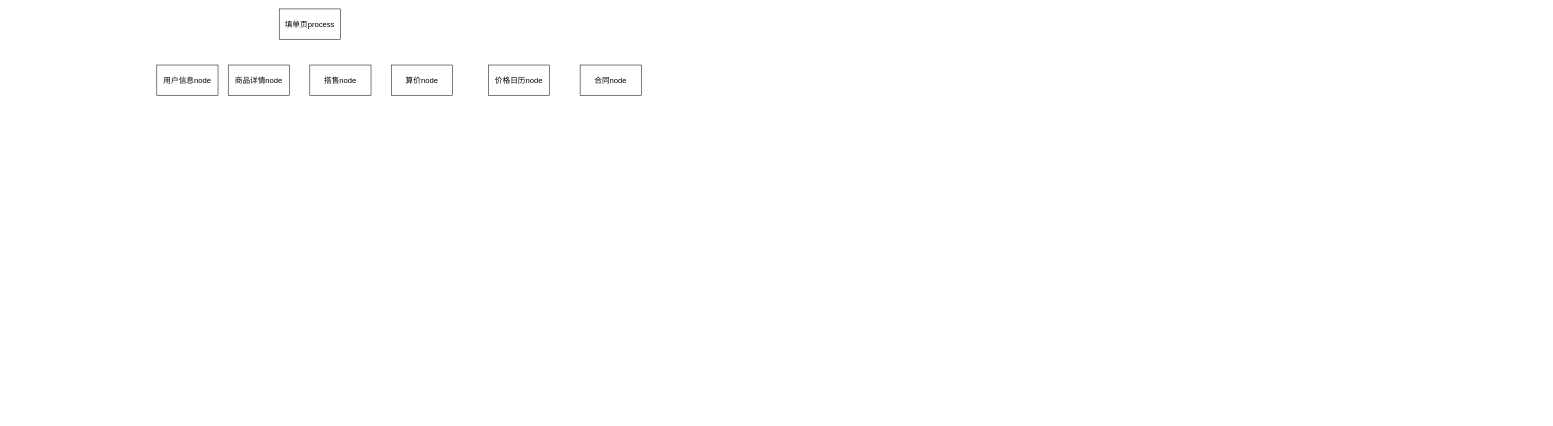
This is 流程.drawio from subnit/base, a draw.io file, before an edit. Source tidied: cells renumbered, new cells numbered last; positions are measured from the earlier drawing's top-left corner, leaving out a move shared by most shapes. Both pictures are drawn from the tidied source at 51%, with x=0, y=0 at pixel (157, 9).
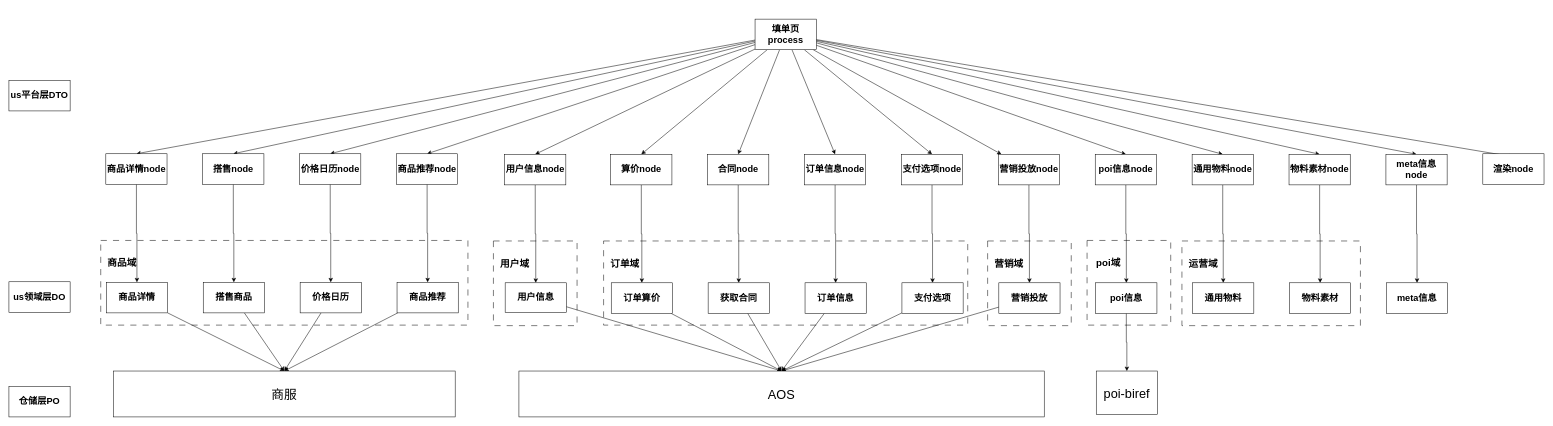
The same page after the edit.

The edit, as a diff of the source:
```diff
@@
+    <mxCell id="9" style="rounded=0;whiteSpace=wrap;html=1;strokeColor=default;dashed=1;dashPattern=12 12;" parent="1" vertex="1">
+      <mxGeometry x="2010" y="455" width="350" height="166" as="geometry" />
+    </mxCell>
+    <mxCell id="10" value="运营域" style="text;strokeColor=none;align=center;fillColor=none;html=1;verticalAlign=middle;whiteSpace=wrap;rounded=0;fontSize=19;fontStyle=1;" parent="1" vertex="1">
+      <mxGeometry x="2022" y="485" width="60" height="30" as="geometry" />
+    </mxCell>
+    <mxCell id="11" style="rounded=0;whiteSpace=wrap;html=1;strokeColor=default;dashed=1;dashPattern=12 12;" parent="1" vertex="1">
+      <mxGeometry x="1824" y="454" width="164" height="166" as="geometry" />
+    </mxCell>
+    <mxCell id="12" value="poi域" style="text;strokeColor=none;align=center;fillColor=none;html=1;verticalAlign=middle;whiteSpace=wrap;rounded=0;fontSize=19;fontStyle=1;" parent="1" vertex="1">
+      <mxGeometry x="1836" y="484" width="60" height="30" as="geometry" />
+    </mxCell>
+    <mxCell id="13" style="rounded=0;whiteSpace=wrap;html=1;strokeColor=default;dashed=1;dashPattern=12 12;" parent="1" vertex="1">
+      <mxGeometry x="1629" y="455" width="164" height="166" as="geometry" />
+    </mxCell>
+    <mxCell id="14" value="营销域" style="text;strokeColor=none;align=center;fillColor=none;html=1;verticalAlign=middle;whiteSpace=wrap;rounded=0;fontSize=19;fontStyle=1;" parent="1" vertex="1">
+      <mxGeometry x="1641" y="485" width="60" height="30" as="geometry" />
+    </mxCell>
+    <mxCell id="15" style="rounded=0;whiteSpace=wrap;html=1;strokeColor=default;dashed=1;dashPattern=12 12;" parent="1" vertex="1">
+      <mxGeometry x="876" y="455" width="714" height="165" as="geometry" />
+    </mxCell>
+    <mxCell id="16" value="订单域" style="text;strokeColor=none;align=center;fillColor=none;html=1;verticalAlign=middle;whiteSpace=wrap;rounded=0;fontSize=19;fontStyle=1;" parent="1" vertex="1">
+      <mxGeometry x="888" y="485" width="60" height="30" as="geometry" />
+    </mxCell>
+    <mxCell id="17" style="rounded=0;whiteSpace=wrap;html=1;strokeColor=default;dashed=1;dashPattern=12 12;" parent="1" vertex="1">
+      <mxGeometry x="-110" y="454" width="720" height="166" as="geometry" />
+    </mxCell>
+    <mxCell id="18" value="商品域" style="text;strokeColor=none;align=center;fillColor=none;html=1;verticalAlign=middle;whiteSpace=wrap;rounded=0;fontSize=19;fontStyle=1;" parent="1" vertex="1">
+      <mxGeometry x="-98" y="484" width="60" height="30" as="geometry" />
+    </mxCell>
+    <mxCell id="19" style="rounded=0;whiteSpace=wrap;html=1;strokeColor=default;dashed=1;dashPattern=12 12;" parent="1" vertex="1">
+      <mxGeometry x="660" y="455" width="164" height="166" as="geometry" />
+    </mxCell>
+    <mxCell id="20" style="rounded=0;jettySize=auto;html=1;entryX=0.5;entryY=0;entryDx=0;entryDy=0;" parent="1" edge="1" source="2" target="4">
+      <mxGeometry relative="1" as="geometry" />
+    </mxCell>
+    <mxCell id="21" style="rounded=0;jettySize=auto;html=1;entryX=0.5;entryY=0;entryDx=0;entryDy=0;" parent="1" edge="1" source="2" target="5">
+      <mxGeometry relative="1" as="geometry" />
+    </mxCell>
+    <mxCell id="22" style="rounded=0;jettySize=auto;html=1;entryX=0.5;entryY=0;entryDx=0;entryDy=0;" parent="1" edge="1" source="2" target="7">
+      <mxGeometry relative="1" as="geometry" />
+    </mxCell>
+    <mxCell id="23" style="rounded=0;jettySize=auto;html=1;entryX=0.5;entryY=0;entryDx=0;entryDy=0;" parent="1" edge="1" source="2" target="48">
+      <mxGeometry relative="1" as="geometry" />
+    </mxCell>
+    <mxCell id="24" style="rounded=0;jettySize=auto;html=1;entryX=0.5;entryY=0;entryDx=0;entryDy=0;" parent="1" edge="1" source="2" target="3">
+      <mxGeometry relative="1" as="geometry" />
+    </mxCell>
+    <mxCell id="25" style="rounded=0;jettySize=auto;html=1;entryX=0.5;entryY=0;entryDx=0;entryDy=0;" parent="1" edge="1" source="2" target="6">
+      <mxGeometry relative="1" as="geometry" />
+    </mxCell>
+    <mxCell id="26" style="rounded=0;jettySize=auto;html=1;entryX=0.5;entryY=0;entryDx=0;entryDy=0;" parent="1" edge="1" source="2" target="8">
+      <mxGeometry relative="1" as="geometry" />
+    </mxCell>
+    <mxCell id="27" style="rounded=0;jettySize=auto;html=1;entryX=0.5;entryY=0;entryDx=0;entryDy=0;" parent="1" edge="1" source="2" target="42">
+      <mxGeometry relative="1" as="geometry" />
+    </mxCell>
+    <mxCell id="28" style="rounded=0;jettySize=auto;html=1;entryX=0.5;entryY=0;entryDx=0;entryDy=0;" parent="1" edge="1" source="2" target="56">
+      <mxGeometry relative="1" as="geometry" />
+    </mxCell>
+    <mxCell id="29" style="rounded=0;jettySize=auto;html=1;" parent="1" edge="1" source="2" target="46">
+      <mxGeometry relative="1" as="geometry" />
+    </mxCell>
+    <mxCell id="30" style="rounded=0;jettySize=auto;html=1;entryX=0.5;entryY=0;entryDx=0;entryDy=0;" parent="1" edge="1" source="2" target="44">
+      <mxGeometry relative="1" as="geometry" />
+    </mxCell>
+    <mxCell id="31" style="rounded=0;jettySize=auto;html=1;entryX=0.5;entryY=0;entryDx=0;entryDy=0;" parent="1" edge="1" source="2" target="50">
+      <mxGeometry relative="1" as="geometry" />
+    </mxCell>
+    <mxCell id="32" style="rounded=0;jettySize=auto;html=1;entryX=0.5;entryY=0;entryDx=0;entryDy=0;" parent="1" edge="1" source="2" target="52">
+      <mxGeometry relative="1" as="geometry" />
+    </mxCell>
+    <mxCell id="33" style="rounded=0;jettySize=auto;html=1;entryX=0.5;entryY=0;entryDx=0;entryDy=0;" parent="1" edge="1" source="2" target="54">
+      <mxGeometry relative="1" as="geometry" />
+    </mxCell>
+    <mxCell id="34" style="rounded=0;jettySize=auto;html=1;" parent="1" edge="1" source="2">
+      <mxGeometry relative="1" as="geometry">
+        <mxPoint x="2660" y="290" as="targetPoint" />
+      </mxGeometry>
+    </mxCell>
-    <mxCell id="2" value="&lt;font style=&quot;font-size: 15px;&quot;&gt;填单页process&lt;/font&gt;" style="rounded=0;whiteSpace=wrap;html=1;" parent="1" vertex="1">
-      <mxGeometry x="240" width="120" height="60" as="geometry" />
+    <mxCell id="2" value="&lt;font style=&quot;font-size: 18px;&quot;&gt;填单页process&lt;/font&gt;" style="rounded=0;whiteSpace=wrap;html=1;fontSize=18;fontStyle=1;" parent="1" vertex="1">
+      <mxGeometry x="1173" y="20" width="120" height="60" as="geometry" />
     </mxCell>
+    <mxCell id="35" style="edgeStyle=orthogonalEdgeStyle;rounded=0;jettySize=auto;html=1;entryX=0.5;entryY=0;entryDx=0;entryDy=0;" parent="1" edge="1" source="3" target="60">
+      <mxGeometry relative="1" as="geometry" />
+    </mxCell>
-    <mxCell id="3" value="&lt;font style=&quot;font-size: 15px;&quot;&gt;用户信息node&lt;/font&gt;" style="rounded=0;whiteSpace=wrap;html=1;" parent="1" vertex="1">
-      <mxGeometry y="110" width="120" height="60" as="geometry" />
+    <mxCell id="3" value="&lt;font style=&quot;font-size: 18px;&quot;&gt;用户信息node&lt;/font&gt;" style="rounded=0;whiteSpace=wrap;html=1;fontSize=18;fontStyle=1;" parent="1" vertex="1">
+      <mxGeometry x="682" y="285" width="120" height="60" as="geometry" />
     </mxCell>
+    <mxCell id="36" style="edgeStyle=orthogonalEdgeStyle;rounded=0;jettySize=auto;html=1;entryX=0.5;entryY=0;entryDx=0;entryDy=0;" parent="1" edge="1" source="4" target="62">
+      <mxGeometry relative="1" as="geometry" />
+    </mxCell>
-    <mxCell id="4" value="&lt;font style=&quot;font-size: 15px;&quot;&gt;商品详情node&lt;/font&gt;" style="rounded=0;whiteSpace=wrap;html=1;" parent="1" vertex="1">
-      <mxGeometry x="140" y="110" width="120" height="60" as="geometry" />
+    <mxCell id="4" value="&lt;font style=&quot;font-size: 18px;&quot;&gt;商品详情node&lt;/font&gt;" style="rounded=0;whiteSpace=wrap;html=1;fontSize=18;fontStyle=1;" parent="1" vertex="1">
+      <mxGeometry x="-100" y="284" width="120" height="60" as="geometry" />
     </mxCell>
+    <mxCell id="37" style="edgeStyle=orthogonalEdgeStyle;rounded=0;jettySize=auto;html=1;entryX=0.5;entryY=0;entryDx=0;entryDy=0;" parent="1" edge="1" source="5" target="64">
+      <mxGeometry relative="1" as="geometry" />
+    </mxCell>
-    <mxCell id="5" value="&lt;font style=&quot;font-size: 15px;&quot;&gt;搭售node&lt;/font&gt;" style="rounded=0;whiteSpace=wrap;html=1;" parent="1" vertex="1">
-      <mxGeometry x="300" y="110" width="120" height="60" as="geometry" />
+    <mxCell id="5" value="&lt;font style=&quot;font-size: 18px;&quot;&gt;搭售node&lt;/font&gt;" style="rounded=0;whiteSpace=wrap;html=1;fontSize=18;fontStyle=1;" parent="1" vertex="1">
+      <mxGeometry x="90" y="284" width="120" height="60" as="geometry" />
     </mxCell>
+    <mxCell id="38" style="edgeStyle=orthogonalEdgeStyle;rounded=0;jettySize=auto;html=1;entryX=0.5;entryY=0;entryDx=0;entryDy=0;" parent="1" edge="1" source="6" target="66">
+      <mxGeometry relative="1" as="geometry" />
+    </mxCell>
-    <mxCell id="6" value="&lt;font style=&quot;font-size: 15px;&quot;&gt;算价node&lt;/font&gt;" style="rounded=0;whiteSpace=wrap;html=1;" parent="1" vertex="1">
-      <mxGeometry x="460" y="110" width="120" height="60" as="geometry" />
+    <mxCell id="6" value="&lt;font style=&quot;font-size: 18px;&quot;&gt;算价node&lt;/font&gt;" style="rounded=0;whiteSpace=wrap;html=1;fontSize=18;fontStyle=1;" parent="1" vertex="1">
+      <mxGeometry x="890" y="285" width="120" height="60" as="geometry" />
     </mxCell>
+    <mxCell id="39" style="edgeStyle=orthogonalEdgeStyle;rounded=0;jettySize=auto;html=1;entryX=0.5;entryY=0;entryDx=0;entryDy=0;" parent="1" edge="1" source="7" target="68">
+      <mxGeometry relative="1" as="geometry" />
+    </mxCell>
-    <mxCell id="7" value="&lt;font style=&quot;font-size: 15px;&quot;&gt;价格日历node&lt;/font&gt;" style="rounded=0;whiteSpace=wrap;html=1;" parent="1" vertex="1">
-      <mxGeometry x="650" y="110" width="120" height="60" as="geometry" />
+    <mxCell id="7" value="&lt;font style=&quot;font-size: 18px;&quot;&gt;价格日历node&lt;/font&gt;" style="rounded=0;whiteSpace=wrap;html=1;fontSize=18;fontStyle=1;" parent="1" vertex="1">
+      <mxGeometry x="280" y="284" width="120" height="60" as="geometry" />
     </mxCell>
+    <mxCell id="40" style="edgeStyle=orthogonalEdgeStyle;rounded=0;jettySize=auto;html=1;entryX=0.5;entryY=0;entryDx=0;entryDy=0;" parent="1" edge="1" source="8" target="70">
+      <mxGeometry relative="1" as="geometry" />
+    </mxCell>
-    <mxCell id="8" value="&lt;font style=&quot;font-size: 15px;&quot;&gt;合同node&lt;/font&gt;" style="rounded=0;whiteSpace=wrap;html=1;" parent="1" vertex="1">
-      <mxGeometry x="830" y="110" width="120" height="60" as="geometry" />
+    <mxCell id="8" value="&lt;font style=&quot;font-size: 18px;&quot;&gt;合同node&lt;/font&gt;" style="rounded=0;whiteSpace=wrap;html=1;fontSize=18;fontStyle=1;" parent="1" vertex="1">
+      <mxGeometry x="1080" y="285" width="120" height="60" as="geometry" />
     </mxCell>
+    <mxCell id="41" style="edgeStyle=orthogonalEdgeStyle;rounded=0;jettySize=auto;html=1;entryX=0.5;entryY=0;entryDx=0;entryDy=0;" parent="1" edge="1" source="42" target="72">
+      <mxGeometry relative="1" as="geometry" />
+    </mxCell>
+    <mxCell id="42" value="&lt;font style=&quot;font-size: 18px;&quot;&gt;订单信息node&lt;/font&gt;" style="rounded=0;whiteSpace=wrap;html=1;fontSize=18;fontStyle=1;" parent="1" vertex="1">
+      <mxGeometry x="1270" y="285" width="120" height="60" as="geometry" />
+    </mxCell>
+    <mxCell id="43" style="edgeStyle=orthogonalEdgeStyle;rounded=0;jettySize=auto;html=1;" parent="1" edge="1" source="44" target="74">
+      <mxGeometry relative="1" as="geometry" />
+    </mxCell>
+    <mxCell id="44" value="&lt;font style=&quot;font-size: 18px;&quot;&gt;poi信息node&lt;/font&gt;" style="rounded=0;whiteSpace=wrap;html=1;fontSize=18;fontStyle=1;" parent="1" vertex="1">
+      <mxGeometry x="1840" y="285" width="120" height="60" as="geometry" />
+    </mxCell>
+    <mxCell id="45" style="edgeStyle=orthogonalEdgeStyle;rounded=0;jettySize=auto;html=1;entryX=0.5;entryY=0;entryDx=0;entryDy=0;" parent="1" edge="1" source="46" target="76">
+      <mxGeometry relative="1" as="geometry" />
+    </mxCell>
+    <mxCell id="46" value="&lt;font style=&quot;font-size: 18px;&quot;&gt;营销投放node&lt;/font&gt;" style="rounded=0;whiteSpace=wrap;html=1;fontSize=18;fontStyle=1;" parent="1" vertex="1">
+      <mxGeometry x="1650" y="285" width="120" height="60" as="geometry" />
+    </mxCell>
+    <mxCell id="47" style="edgeStyle=orthogonalEdgeStyle;rounded=0;jettySize=auto;html=1;entryX=0.5;entryY=0;entryDx=0;entryDy=0;" parent="1" edge="1" source="48" target="78">
+      <mxGeometry relative="1" as="geometry" />
+    </mxCell>
+    <mxCell id="48" value="&lt;font style=&quot;font-size: 18px;&quot;&gt;商品推荐node&lt;/font&gt;" style="rounded=0;whiteSpace=wrap;html=1;fontSize=18;fontStyle=1;" parent="1" vertex="1">
+      <mxGeometry x="470" y="284" width="120" height="60" as="geometry" />
+    </mxCell>
+    <mxCell id="49" style="edgeStyle=orthogonalEdgeStyle;rounded=0;jettySize=auto;html=1;" parent="1" edge="1" source="50" target="79">
+      <mxGeometry relative="1" as="geometry" />
+    </mxCell>
+    <mxCell id="50" value="&lt;font style=&quot;font-size: 18px;&quot;&gt;通用物料node&lt;/font&gt;" style="rounded=0;whiteSpace=wrap;html=1;fontSize=18;fontStyle=1;" parent="1" vertex="1">
+      <mxGeometry x="2030" y="285" width="120" height="60" as="geometry" />
+    </mxCell>
+    <mxCell id="51" style="edgeStyle=orthogonalEdgeStyle;rounded=0;jettySize=auto;html=1;entryX=0.5;entryY=0;entryDx=0;entryDy=0;" parent="1" edge="1" source="52" target="80">
+      <mxGeometry relative="1" as="geometry" />
+    </mxCell>
+    <mxCell id="52" value="&lt;font style=&quot;font-size: 18px;&quot;&gt;物料素材node&lt;/font&gt;" style="rounded=0;whiteSpace=wrap;html=1;fontSize=18;fontStyle=1;" parent="1" vertex="1">
+      <mxGeometry x="2220" y="285" width="120" height="60" as="geometry" />
+    </mxCell>
+    <mxCell id="53" style="edgeStyle=orthogonalEdgeStyle;rounded=0;jettySize=auto;html=1;entryX=0.5;entryY=0;entryDx=0;entryDy=0;" parent="1" edge="1" source="54" target="81">
+      <mxGeometry relative="1" as="geometry" />
+    </mxCell>
+    <mxCell id="54" value="&lt;font style=&quot;font-size: 18px;&quot;&gt;meta信息node&lt;/font&gt;" style="rounded=0;whiteSpace=wrap;html=1;fontSize=18;fontStyle=1;" parent="1" vertex="1">
+      <mxGeometry x="2410" y="285" width="120" height="60" as="geometry" />
+    </mxCell>
+    <mxCell id="55" style="edgeStyle=orthogonalEdgeStyle;rounded=0;jettySize=auto;html=1;entryX=0.5;entryY=0;entryDx=0;entryDy=0;" parent="1" edge="1" source="56" target="83">
+      <mxGeometry relative="1" as="geometry" />
+    </mxCell>
+    <mxCell id="56" value="&lt;font style=&quot;font-size: 18px;&quot;&gt;支付选项node&lt;/font&gt;" style="rounded=0;whiteSpace=wrap;html=1;fontSize=18;fontStyle=1;" parent="1" vertex="1">
+      <mxGeometry x="1460" y="285" width="120" height="60" as="geometry" />
+    </mxCell>
+    <mxCell id="57" value="&lt;font style=&quot;font-size: 18px;&quot;&gt;渲染node&lt;/font&gt;" style="rounded=0;whiteSpace=wrap;html=1;fontSize=18;fontStyle=1;" parent="1" vertex="1">
+      <mxGeometry x="2600" y="284" width="120" height="60" as="geometry" />
+    </mxCell>
+    <mxCell id="58" value="&lt;font style=&quot;font-size: 18px;&quot;&gt;us平台层DTO&lt;/font&gt;" style="rounded=0;whiteSpace=wrap;html=1;fontSize=18;fontStyle=1;" parent="1" vertex="1">
+      <mxGeometry x="-290" y="140" width="120" height="60" as="geometry" />
+    </mxCell>
+    <mxCell id="59" style="rounded=0;jettySize=auto;html=1;entryX=0.5;entryY=0;entryDx=0;entryDy=0;" parent="1" edge="1" source="60" target="86">
+      <mxGeometry relative="1" as="geometry" />
+    </mxCell>
+    <mxCell id="60" value="&lt;font style=&quot;font-size: 18px;&quot;&gt;用户信息&lt;/font&gt;" style="rounded=0;whiteSpace=wrap;html=1;fontSize=18;fontStyle=1;" parent="1" vertex="1">
+      <mxGeometry x="683" y="537" width="120" height="58" as="geometry" />
+    </mxCell>
+    <mxCell id="61" style="rounded=0;jettySize=auto;html=1;entryX=0.5;entryY=0;entryDx=0;entryDy=0;" parent="1" edge="1" source="62" target="85">
+      <mxGeometry relative="1" as="geometry" />
+    </mxCell>
+    <mxCell id="62" value="&lt;font style=&quot;font-size: 18px;&quot;&gt;商品详情&lt;/font&gt;" style="rounded=0;whiteSpace=wrap;html=1;fontSize=18;fontStyle=1;" parent="1" vertex="1">
+      <mxGeometry x="-99" y="536" width="120" height="60" as="geometry" />
+    </mxCell>
+    <mxCell id="63" style="rounded=0;jettySize=auto;html=1;entryX=0.5;entryY=0;entryDx=0;entryDy=0;" parent="1" edge="1" source="64" target="85">
+      <mxGeometry relative="1" as="geometry" />
+    </mxCell>
+    <mxCell id="64" value="&lt;font style=&quot;font-size: 18px;&quot;&gt;搭售商品&lt;/font&gt;" style="rounded=0;whiteSpace=wrap;html=1;fontSize=18;fontStyle=1;" parent="1" vertex="1">
+      <mxGeometry x="91" y="536" width="120" height="60" as="geometry" />
+    </mxCell>
+    <mxCell id="65" style="rounded=0;jettySize=auto;html=1;entryX=0.5;entryY=0;entryDx=0;entryDy=0;" parent="1" edge="1" source="66" target="86">
+      <mxGeometry relative="1" as="geometry" />
+    </mxCell>
+    <mxCell id="66" value="&lt;font style=&quot;font-size: 18px;&quot;&gt;订单算价&lt;/font&gt;" style="rounded=0;whiteSpace=wrap;html=1;fontSize=18;fontStyle=1;" parent="1" vertex="1">
+      <mxGeometry x="891" y="537" width="120" height="60" as="geometry" />
+    </mxCell>
+    <mxCell id="67" style="rounded=0;jettySize=auto;html=1;entryX=0.5;entryY=0;entryDx=0;entryDy=0;" parent="1" edge="1" source="68" target="85">
+      <mxGeometry relative="1" as="geometry" />
+    </mxCell>
+    <mxCell id="68" value="&lt;font style=&quot;font-size: 18px;&quot;&gt;价格日历&lt;/font&gt;" style="rounded=0;whiteSpace=wrap;html=1;fontSize=18;fontStyle=1;" parent="1" vertex="1">
+      <mxGeometry x="281" y="536" width="120" height="60" as="geometry" />
+    </mxCell>
+    <mxCell id="69" style="rounded=0;jettySize=auto;html=1;entryX=0.5;entryY=0;entryDx=0;entryDy=0;" parent="1" edge="1" source="70" target="86">
+      <mxGeometry relative="1" as="geometry" />
+    </mxCell>
+    <mxCell id="70" value="&lt;font style=&quot;font-size: 18px;&quot;&gt;获取合同&lt;/font&gt;" style="rounded=0;whiteSpace=wrap;html=1;fontSize=18;fontStyle=1;" parent="1" vertex="1">
+      <mxGeometry x="1081" y="537" width="120" height="60" as="geometry" />
+    </mxCell>
+    <mxCell id="71" style="rounded=0;jettySize=auto;html=1;entryX=0.5;entryY=0;entryDx=0;entryDy=0;" parent="1" edge="1" source="72" target="86">
+      <mxGeometry relative="1" as="geometry" />
+    </mxCell>
+    <mxCell id="72" value="&lt;font style=&quot;font-size: 18px;&quot;&gt;订单信息&lt;/font&gt;" style="rounded=0;whiteSpace=wrap;html=1;fontSize=18;fontStyle=1;" parent="1" vertex="1">
+      <mxGeometry x="1271" y="537" width="120" height="60" as="geometry" />
+    </mxCell>
+    <mxCell id="73" style="edgeStyle=orthogonalEdgeStyle;rounded=0;jettySize=auto;html=1;entryX=0.5;entryY=0;entryDx=0;entryDy=0;" parent="1" edge="1" source="74" target="87">
+      <mxGeometry relative="1" as="geometry" />
+    </mxCell>
+    <mxCell id="74" value="&lt;font style=&quot;font-size: 18px;&quot;&gt;poi信息&lt;/font&gt;" style="rounded=0;whiteSpace=wrap;html=1;fontSize=18;fontStyle=1;" parent="1" vertex="1">
+      <mxGeometry x="1841" y="537" width="120" height="60" as="geometry" />
+    </mxCell>
+    <mxCell id="75" style="rounded=0;jettySize=auto;html=1;entryX=0.5;entryY=0;entryDx=0;entryDy=0;" parent="1" edge="1" source="76" target="86">
+      <mxGeometry relative="1" as="geometry" />
+    </mxCell>
+    <mxCell id="76" value="&lt;font style=&quot;font-size: 18px;&quot;&gt;营销投放&lt;/font&gt;" style="rounded=0;whiteSpace=wrap;html=1;fontSize=18;fontStyle=1;" parent="1" vertex="1">
+      <mxGeometry x="1651" y="537" width="120" height="60" as="geometry" />
+    </mxCell>
+    <mxCell id="77" style="rounded=0;jettySize=auto;html=1;entryX=0.5;entryY=0;entryDx=0;entryDy=0;" parent="1" edge="1" source="78" target="85">
+      <mxGeometry relative="1" as="geometry" />
+    </mxCell>
+    <mxCell id="78" value="&lt;font style=&quot;font-size: 18px;&quot;&gt;商品推荐&lt;/font&gt;" style="rounded=0;whiteSpace=wrap;html=1;fontSize=18;fontStyle=1;" parent="1" vertex="1">
+      <mxGeometry x="471" y="536" width="120" height="60" as="geometry" />
+    </mxCell>
+    <mxCell id="79" value="&lt;font style=&quot;font-size: 18px;&quot;&gt;通用物料&lt;/font&gt;" style="rounded=0;whiteSpace=wrap;html=1;fontSize=18;fontStyle=1;" parent="1" vertex="1">
+      <mxGeometry x="2031" y="537" width="120" height="60" as="geometry" />
+    </mxCell>
+    <mxCell id="80" value="&lt;font style=&quot;font-size: 18px;&quot;&gt;物料素材&lt;/font&gt;" style="rounded=0;whiteSpace=wrap;html=1;fontSize=18;fontStyle=1;" parent="1" vertex="1">
+      <mxGeometry x="2221" y="537" width="120" height="60" as="geometry" />
+    </mxCell>
+    <mxCell id="81" value="&lt;font style=&quot;font-size: 18px;&quot;&gt;meta信息&lt;/font&gt;" style="rounded=0;whiteSpace=wrap;html=1;fontSize=18;fontStyle=1;" parent="1" vertex="1">
+      <mxGeometry x="2411" y="537" width="120" height="60" as="geometry" />
+    </mxCell>
+    <mxCell id="82" style="rounded=0;jettySize=auto;html=1;entryX=0.5;entryY=0;entryDx=0;entryDy=0;" parent="1" edge="1" source="83" target="86">
+      <mxGeometry relative="1" as="geometry" />
+    </mxCell>
+    <mxCell id="83" value="&lt;font style=&quot;font-size: 18px;&quot;&gt;支付选项&lt;/font&gt;" style="rounded=0;whiteSpace=wrap;html=1;fontSize=18;fontStyle=1;" parent="1" vertex="1">
+      <mxGeometry x="1461" y="537" width="120" height="60" as="geometry" />
+    </mxCell>
+    <mxCell id="84" value="用户域" style="text;strokeColor=none;align=center;fillColor=none;html=1;verticalAlign=middle;whiteSpace=wrap;rounded=0;fontSize=19;fontStyle=1;" parent="1" vertex="1">
+      <mxGeometry x="672" y="485" width="60" height="30" as="geometry" />
+    </mxCell>
+    <mxCell id="85" value="商服" style="rounded=0;whiteSpace=wrap;html=1;fontSize=25;" parent="1" vertex="1">
+      <mxGeometry x="-85" y="710" width="670" height="90" as="geometry" />
+    </mxCell>
+    <mxCell id="86" value="AOS" style="rounded=0;whiteSpace=wrap;html=1;fontSize=25;" parent="1" vertex="1">
+      <mxGeometry x="710" y="710" width="1030" height="90" as="geometry" />
+    </mxCell>
+    <mxCell id="87" value="poi-biref" style="rounded=0;whiteSpace=wrap;html=1;fontSize=25;" parent="1" vertex="1">
+      <mxGeometry x="1842" y="710" width="120" height="85" as="geometry" />
+    </mxCell>
+    <mxCell id="88" value="us领域层DO" style="rounded=0;whiteSpace=wrap;html=1;fontSize=18;fontStyle=1;" parent="1" vertex="1">
+      <mxGeometry x="-290" y="535" width="120" height="60" as="geometry" />
+    </mxCell>
+    <mxCell id="89" value="仓储层PO" style="rounded=0;whiteSpace=wrap;html=1;fontSize=18;fontStyle=1;" parent="1" vertex="1">
+      <mxGeometry x="-290" y="740" width="120" height="60" as="geometry" />
+    </mxCell>
```
